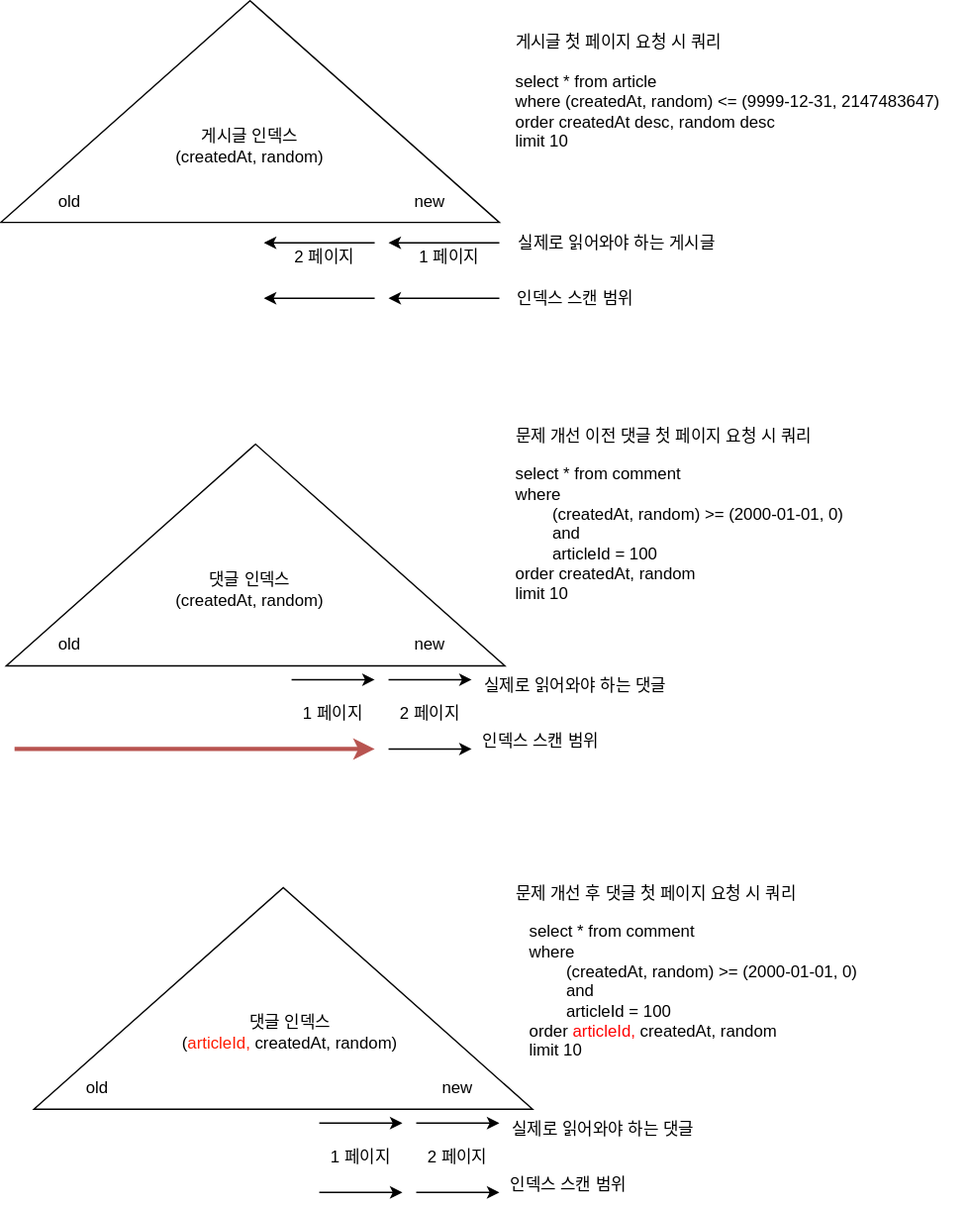
The draw.io diagram comment index.drawio.svg in HubTea/MyMediaLibrary, before a commit. Source tidied: cells renumbered, new cells last; positions are measured from the earlier drawing's top-left corner, leaving out a move shared by most shapes.
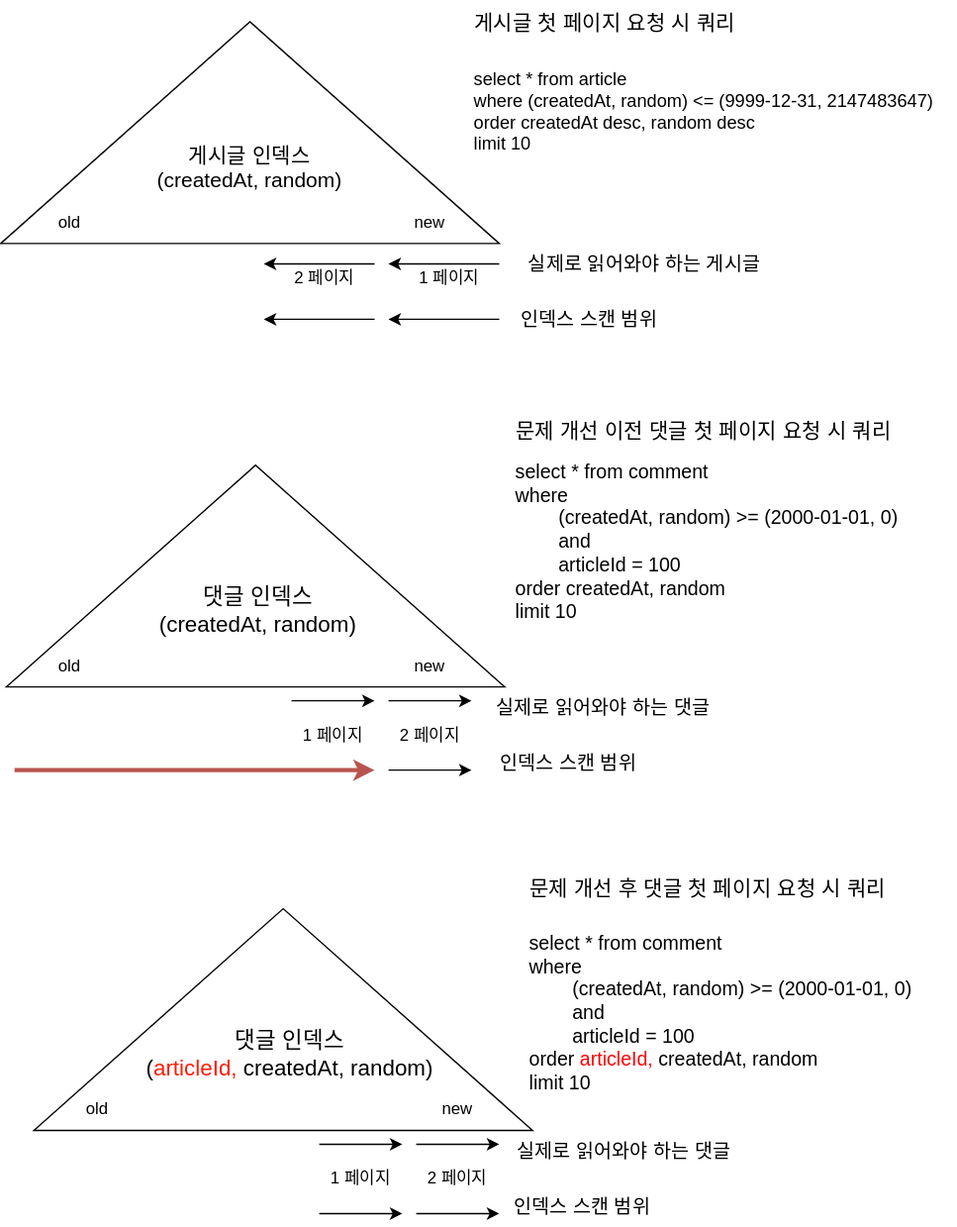
After the commit.

Commit message:
댓글 인덱스 설명 그림 수정

GitHub에서 글자가 너무 작게 보여 크기를 늘렸다.

Diff of the diagram source:
```diff
@@ -5,8 +5,8 @@
     <mxCell id="2" style="triangle;whiteSpace=wrap;html=1;rotation=-90;" parent="1" vertex="1">
       <mxGeometry x="90" width="160" height="360" as="geometry" />
     </mxCell>
-    <mxCell id="3" value="게시글 인덱스&lt;div&gt;&lt;span style=&quot;background-color: initial;&quot;&gt;(createdAt, random)&lt;/span&gt;&lt;br&gt;&lt;/div&gt;" style="text;html=1;align=center;verticalAlign=middle;whiteSpace=wrap;rounded=0;" parent="1" vertex="1">
-      <mxGeometry x="101.2" y="190" width="137.5" height="30" as="geometry" />
+    <mxCell id="3" value="게시글 인덱스&lt;div style=&quot;font-size: 15px;&quot;&gt;&lt;span style=&quot;background-color: initial; font-size: 15px;&quot;&gt;(createdAt, random)&lt;/span&gt;&lt;br style=&quot;font-size: 15px;&quot;&gt;&lt;/div&gt;" style="text;html=1;align=center;verticalAlign=middle;whiteSpace=wrap;rounded=0;fontSize=15;" parent="1" vertex="1">
+      <mxGeometry x="75" y="180" width="190" height="50" as="geometry" />
     </mxCell>
     <mxCell id="4" style="endArrow=classic;html=1;rounded=0;" parent="1" edge="1">
       <mxGeometry relative="1" as="geometry">
@@ -29,8 +29,8 @@
     <mxCell id="8" style="triangle;whiteSpace=wrap;html=1;rotation=-90;" parent="1" vertex="1">
       <mxGeometry x="94" y="320" width="160" height="360" as="geometry" />
     </mxCell>
-    <mxCell id="9" value="댓글 인덱스&lt;div&gt;(createdAt, random)&lt;/div&gt;" style="text;html=1;align=center;verticalAlign=middle;whiteSpace=wrap;rounded=0;" parent="1" vertex="1">
-      <mxGeometry x="98.2" y="510" width="143.5" height="30" as="geometry" />
+    <mxCell id="9" value="댓글 인덱스&lt;div style=&quot;font-size: 16px;&quot;&gt;(createdAt, random)&lt;/div&gt;" style="text;html=1;align=center;verticalAlign=middle;whiteSpace=wrap;rounded=0;fontSize=16;" parent="1" vertex="1">
+      <mxGeometry x="90" y="500" width="171.8" height="50" as="geometry" />
     </mxCell>
     <mxCell id="10" style="endArrow=classic;html=1;rounded=0;" parent="1" edge="1">
       <mxGeometry relative="1" as="geometry">
@@ -62,11 +62,11 @@
     <mxCell id="17" value="new" style="text;html=1;align=center;verticalAlign=middle;whiteSpace=wrap;rounded=0;" parent="1" vertex="1">
       <mxGeometry x="270" y="230" width="60" height="30" as="geometry" />
     </mxCell>
-    <mxCell id="18" value="실제로 읽어와야 하는 게시글" style="text;html=1;align=center;verticalAlign=middle;whiteSpace=wrap;rounded=0;" parent="1" vertex="1">
-      <mxGeometry x="350" y="260" width="170" height="30" as="geometry" />
+    <mxCell id="18" value="실제로 읽어와야 하는 게시글" style="text;html=1;align=center;verticalAlign=middle;whiteSpace=wrap;rounded=0;fontSize=14;" parent="1" vertex="1">
+      <mxGeometry x="350" y="260" width="210" height="30" as="geometry" />
     </mxCell>
-    <mxCell id="19" value="실제로 읽어와야 하는 댓글" style="text;html=1;align=center;verticalAlign=middle;whiteSpace=wrap;rounded=0;" parent="1" vertex="1">
-      <mxGeometry x="320" y="580" width="170" height="30" as="geometry" />
+    <mxCell id="19" value="실제로 읽어와야 하는 댓글" style="text;html=1;align=center;verticalAlign=middle;whiteSpace=wrap;rounded=0;fontSize=14;" parent="1" vertex="1">
+      <mxGeometry x="340" y="580" width="170" height="30" as="geometry" />
     </mxCell>
     <mxCell id="20" style="endArrow=classic;html=1;rounded=0;fillColor=#f8cecc;strokeColor=#b85450;strokeWidth=3;" parent="1" edge="1">
       <mxGeometry relative="1" as="geometry">
@@ -80,8 +80,8 @@
         <mxPoint x="330" y="640" as="targetPoint" />
       </mxGeometry>
     </mxCell>
-    <mxCell id="22" value="인덱스 스캔 범위" style="text;html=1;align=center;verticalAlign=middle;whiteSpace=wrap;rounded=0;" parent="1" vertex="1">
-      <mxGeometry x="310" y="620" width="140" height="30" as="geometry" />
+    <mxCell id="22" value="인덱스 스캔 범위" style="text;html=1;align=center;verticalAlign=middle;whiteSpace=wrap;rounded=0;fontSize=14;" parent="1" vertex="1">
+      <mxGeometry x="330" y="620" width="140" height="30" as="geometry" />
     </mxCell>
     <mxCell id="23" style="endArrow=classic;html=1;rounded=0;" parent="1" edge="1">
       <mxGeometry relative="1" as="geometry">
@@ -95,14 +95,14 @@
         <mxPoint x="180" y="314.7" as="targetPoint" />
       </mxGeometry>
     </mxCell>
-    <mxCell id="25" value="인덱스 스캔 범위" style="text;html=1;align=center;verticalAlign=middle;whiteSpace=wrap;rounded=0;" parent="1" vertex="1">
-      <mxGeometry x="320" y="300" width="170" height="30" as="geometry" />
+    <mxCell id="25" value="인덱스 스캔 범위" style="text;html=1;align=center;verticalAlign=middle;whiteSpace=wrap;rounded=0;fontSize=14;" parent="1" vertex="1">
+      <mxGeometry x="330" y="300" width="170" height="30" as="geometry" />
     </mxCell>
     <mxCell id="26" style="triangle;whiteSpace=wrap;html=1;rotation=-90;" parent="1" vertex="1">
       <mxGeometry x="114" y="640" width="160" height="360" as="geometry" />
     </mxCell>
-    <mxCell id="27" value="댓글 인덱스&lt;div&gt;(&lt;font color=&quot;#ff1c03&quot;&gt;articleId, &lt;/font&gt;createdAt, random)&lt;/div&gt;" style="text;html=1;align=center;verticalAlign=middle;whiteSpace=wrap;rounded=0;" parent="1" vertex="1">
-      <mxGeometry x="118.2" y="830" width="161.8" height="30" as="geometry" />
+    <mxCell id="27" value="댓글 인덱스&lt;div style=&quot;font-size: 16px;&quot;&gt;(&lt;font style=&quot;font-size: 16px;&quot; color=&quot;#ff1c03&quot;&gt;articleId, &lt;/font&gt;createdAt, random)&lt;/div&gt;" style="text;html=1;align=center;verticalAlign=middle;whiteSpace=wrap;rounded=0;fontSize=16;" parent="1" vertex="1">
+      <mxGeometry x="94" y="820" width="210" height="50" as="geometry" />
     </mxCell>
     <mxCell id="28" style="endArrow=classic;html=1;rounded=0;" parent="1" edge="1">
       <mxGeometry relative="1" as="geometry">
@@ -128,8 +128,8 @@
     <mxCell id="33" value="new" style="text;html=1;align=center;verticalAlign=middle;whiteSpace=wrap;rounded=0;" parent="1" vertex="1">
       <mxGeometry x="290" y="870" width="60" height="30" as="geometry" />
     </mxCell>
-    <mxCell id="34" value="실제로 읽어와야 하는 댓글" style="text;html=1;align=center;verticalAlign=middle;whiteSpace=wrap;rounded=0;" parent="1" vertex="1">
-      <mxGeometry x="340" y="900" width="170" height="30" as="geometry" />
+    <mxCell id="34" value="실제로 읽어와야 하는 댓글" style="text;html=1;align=center;verticalAlign=middle;whiteSpace=wrap;rounded=0;fontSize=14;" parent="1" vertex="1">
+      <mxGeometry x="355" y="900" width="170" height="30" as="geometry" />
     </mxCell>
     <mxCell id="35" style="endArrow=classic;html=1;rounded=0;" parent="1" edge="1">
       <mxGeometry relative="1" as="geometry">
@@ -137,8 +137,8 @@
         <mxPoint x="350" y="960" as="targetPoint" />
       </mxGeometry>
     </mxCell>
-    <mxCell id="36" value="인덱스 스캔 범위" style="text;html=1;align=center;verticalAlign=middle;whiteSpace=wrap;rounded=0;" parent="1" vertex="1">
-      <mxGeometry x="330" y="940" width="140" height="30" as="geometry" />
+    <mxCell id="36" value="인덱스 스캔 범위" style="text;html=1;align=center;verticalAlign=middle;whiteSpace=wrap;rounded=0;fontSize=14;" parent="1" vertex="1">
+      <mxGeometry x="340" y="940" width="140" height="30" as="geometry" />
     </mxCell>
     <mxCell id="37" style="endArrow=classic;html=1;rounded=0;" parent="1" edge="1">
       <mxGeometry relative="1" as="geometry">
@@ -146,23 +146,23 @@
         <mxPoint x="280" y="960" as="targetPoint" />
       </mxGeometry>
     </mxCell>
-    <mxCell id="38" value="select * from comment&lt;div&gt;where&amp;nbsp;&lt;/div&gt;&lt;div&gt;&lt;span style=&quot;white-space: pre;&quot;&gt;&#9;&lt;/span&gt;&lt;span style=&quot;background-color: initial;&quot;&gt;(createdAt, random) &amp;gt;= (2000-01-01, 0)&amp;nbsp;&lt;/span&gt;&lt;/div&gt;&lt;div&gt;&lt;span style=&quot;background-color: initial;&quot;&gt;&lt;span style=&quot;white-space: pre;&quot;&gt;&#9;&lt;/span&gt;and&lt;br&gt;&lt;/span&gt;&lt;/div&gt;&lt;div&gt;&lt;span style=&quot;background-color: initial;&quot;&gt;&lt;span style=&quot;white-space: pre;&quot;&gt;&#9;&lt;/span&gt;articleId = 100&lt;br&gt;&lt;/span&gt;&lt;/div&gt;&lt;div&gt;order &lt;font color=&quot;#ff0000&quot;&gt;articleId,&lt;/font&gt; createdAt, random&lt;/div&gt;&lt;div&gt;limit 10&lt;/div&gt;" style="text;html=1;align=left;verticalAlign=middle;whiteSpace=wrap;rounded=0;" parent="1" vertex="1">
-      <mxGeometry x="370" y="730" width="280" height="170" as="geometry" />
+    <mxCell id="38" value="select * from comment&lt;div style=&quot;font-size: 14px;&quot;&gt;where&amp;nbsp;&lt;/div&gt;&lt;div style=&quot;font-size: 14px;&quot;&gt;&lt;span style=&quot;white-space: pre; font-size: 14px;&quot;&gt;&#9;&lt;/span&gt;&lt;span style=&quot;background-color: initial; font-size: 14px;&quot;&gt;(createdAt, random) &amp;gt;= (2000-01-01, 0)&amp;nbsp;&lt;/span&gt;&lt;/div&gt;&lt;div style=&quot;font-size: 14px;&quot;&gt;&lt;span style=&quot;background-color: initial; font-size: 14px;&quot;&gt;&lt;span style=&quot;white-space: pre; font-size: 14px;&quot;&gt;&#9;&lt;/span&gt;and&lt;br style=&quot;font-size: 14px;&quot;&gt;&lt;/span&gt;&lt;/div&gt;&lt;div style=&quot;font-size: 14px;&quot;&gt;&lt;span style=&quot;background-color: initial; font-size: 14px;&quot;&gt;&lt;span style=&quot;white-space: pre; font-size: 14px;&quot;&gt;&#9;&lt;/span&gt;articleId = 100&lt;br style=&quot;font-size: 14px;&quot;&gt;&lt;/span&gt;&lt;/div&gt;&lt;div style=&quot;font-size: 14px;&quot;&gt;order &lt;font style=&quot;font-size: 14px;&quot; color=&quot;#ff0000&quot;&gt;articleId,&lt;/font&gt; createdAt, random&lt;/div&gt;&lt;div style=&quot;font-size: 14px;&quot;&gt;limit 10&lt;/div&gt;" style="text;html=1;align=left;verticalAlign=middle;whiteSpace=wrap;rounded=0;fontSize=14;" parent="1" vertex="1">
+      <mxGeometry x="370" y="730" width="310" height="170" as="geometry" />
     </mxCell>
-    <mxCell id="39" value="select * from comment&lt;div&gt;where&amp;nbsp;&lt;/div&gt;&lt;div&gt;&lt;span style=&quot;white-space: pre;&quot;&gt;&#9;&lt;/span&gt;&lt;span style=&quot;background-color: initial;&quot;&gt;(createdAt, random) &amp;gt;= (2000-01-01, 0)&amp;nbsp;&lt;/span&gt;&lt;/div&gt;&lt;div&gt;&lt;span style=&quot;background-color: initial;&quot;&gt;&lt;span style=&quot;white-space: pre;&quot;&gt;&#9;&lt;/span&gt;and&lt;br&gt;&lt;/span&gt;&lt;/div&gt;&lt;div&gt;&lt;span style=&quot;background-color: initial;&quot;&gt;&lt;span style=&quot;white-space: pre;&quot;&gt;&#9;&lt;/span&gt;articleId = 100&lt;br&gt;&lt;/span&gt;&lt;/div&gt;&lt;div&gt;order createdAt, random&lt;/div&gt;&lt;div&gt;limit 10&lt;/div&gt;" style="text;html=1;align=left;verticalAlign=middle;whiteSpace=wrap;rounded=0;" parent="1" vertex="1">
-      <mxGeometry x="360" y="400" width="280" height="170" as="geometry" />
+    <mxCell id="39" value="select * from comment&lt;div style=&quot;font-size: 14px;&quot;&gt;where&amp;nbsp;&lt;/div&gt;&lt;div style=&quot;font-size: 14px;&quot;&gt;&lt;span style=&quot;white-space: pre; font-size: 14px;&quot;&gt;&#9;&lt;/span&gt;&lt;span style=&quot;background-color: initial; font-size: 14px;&quot;&gt;(createdAt, random) &amp;gt;= (2000-01-01, 0)&amp;nbsp;&lt;/span&gt;&lt;/div&gt;&lt;div style=&quot;font-size: 14px;&quot;&gt;&lt;span style=&quot;background-color: initial; font-size: 14px;&quot;&gt;&lt;span style=&quot;white-space: pre; font-size: 14px;&quot;&gt;&#9;&lt;/span&gt;and&lt;br style=&quot;font-size: 14px;&quot;&gt;&lt;/span&gt;&lt;/div&gt;&lt;div style=&quot;font-size: 14px;&quot;&gt;&lt;span style=&quot;background-color: initial; font-size: 14px;&quot;&gt;&lt;span style=&quot;white-space: pre; font-size: 14px;&quot;&gt;&#9;&lt;/span&gt;articleId = 100&lt;br style=&quot;font-size: 14px;&quot;&gt;&lt;/span&gt;&lt;/div&gt;&lt;div style=&quot;font-size: 14px;&quot;&gt;order createdAt, random&lt;/div&gt;&lt;div style=&quot;font-size: 14px;&quot;&gt;limit 10&lt;/div&gt;" style="text;html=1;align=left;verticalAlign=middle;whiteSpace=wrap;rounded=0;fontSize=14;" parent="1" vertex="1">
+      <mxGeometry x="360" y="390" width="310" height="170" as="geometry" />
     </mxCell>
-    <mxCell id="40" value="select * from article&lt;div&gt;where (createdAt, random) &amp;lt;= (9999-12-31, 2147483647)&lt;/div&gt;&lt;div&gt;order createdAt desc, random desc&lt;/div&gt;&lt;div&gt;limit 10&amp;nbsp;&lt;/div&gt;" style="text;html=1;align=left;verticalAlign=middle;whiteSpace=wrap;rounded=0;" parent="1" vertex="1">
-      <mxGeometry x="360" y="115" width="330" height="130" as="geometry" />
+    <mxCell id="40" value="select * from article&lt;div style=&quot;font-size: 13px;&quot;&gt;where (createdAt, random) &amp;lt;= (9999-12-31, 2147483647)&lt;/div&gt;&lt;div style=&quot;font-size: 13px;&quot;&gt;order createdAt desc, random desc&lt;/div&gt;&lt;div style=&quot;font-size: 13px;&quot;&gt;limit 10&amp;nbsp;&lt;/div&gt;" style="text;html=1;align=left;verticalAlign=middle;whiteSpace=wrap;rounded=0;fontSize=13;" parent="1" vertex="1">
+      <mxGeometry x="330" y="100" width="340" height="130" as="geometry" />
     </mxCell>
-    <mxCell id="41" value="게시글 첫 페이지 요청 시 쿼리" style="text;html=1;align=left;verticalAlign=middle;whiteSpace=wrap;rounded=0;" parent="1" vertex="1">
-      <mxGeometry x="360" y="115" width="180" height="30" as="geometry" />
+    <mxCell id="41" value="게시글 첫 페이지 요청 시 쿼리" style="text;html=1;align=left;verticalAlign=middle;whiteSpace=wrap;rounded=0;fontSize=15;" parent="1" vertex="1">
+      <mxGeometry x="330" y="85" width="220" height="30" as="geometry" />
     </mxCell>
-    <mxCell id="42" value="문제 개선 이전 댓글 첫 페이지 요청 시 쿼리" style="text;html=1;align=left;verticalAlign=middle;whiteSpace=wrap;rounded=0;" parent="1" vertex="1">
-      <mxGeometry x="360" y="400" width="250" height="30" as="geometry" />
+    <mxCell id="42" value="문제 개선 이전 댓글 첫 페이지 요청 시 쿼리" style="text;html=1;align=left;verticalAlign=middle;whiteSpace=wrap;rounded=0;fontSize=15;" parent="1" vertex="1">
+      <mxGeometry x="360" y="380" width="310" height="30" as="geometry" />
     </mxCell>
-    <mxCell id="43" value="문제 개선 후 댓글 첫 페이지 요청 시 쿼리" style="text;html=1;align=left;verticalAlign=middle;whiteSpace=wrap;rounded=0;" parent="1" vertex="1">
-      <mxGeometry x="360" y="730" width="300" height="30" as="geometry" />
+    <mxCell id="43" value="문제 개선 후 댓글 첫 페이지 요청 시 쿼리" style="text;html=1;align=left;verticalAlign=middle;whiteSpace=wrap;rounded=0;fontSize=15;" parent="1" vertex="1">
+      <mxGeometry x="370" y="710" width="300" height="30" as="geometry" />
     </mxCell>
   </root>
 </mxGraphModel>
```
